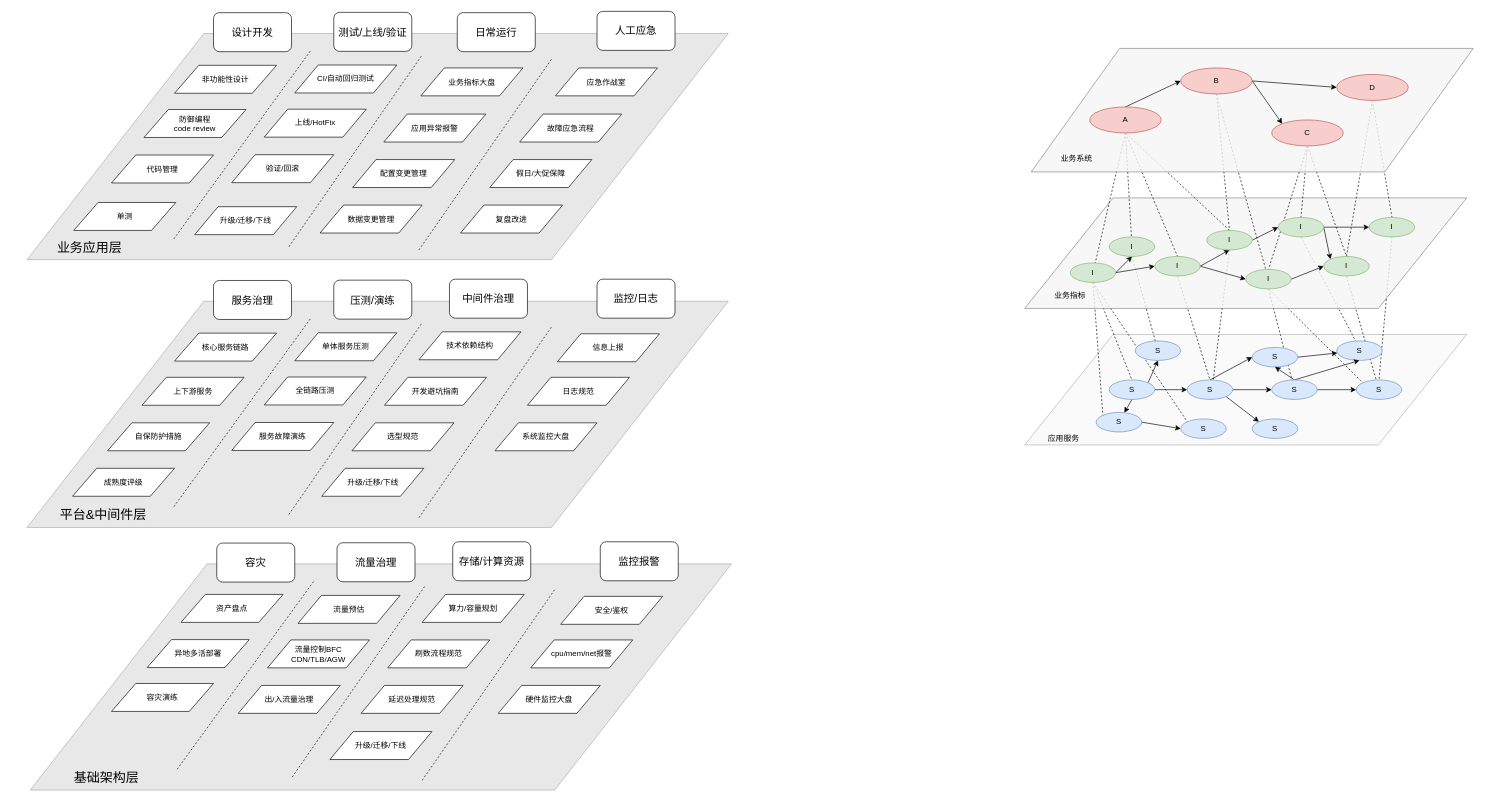
The draw.io diagram NCAS-layer1.drawio in zhongweng/zimbook, before the edit. Source tidied: cells renumbered, new cells numbered last; positions are measured from the earlier drawing's top-left corner, leaving out a move shared by most shapes. Both pictures are drawn from the tidied source at 65%, with x=0, y=0 at pixel (20, 11).
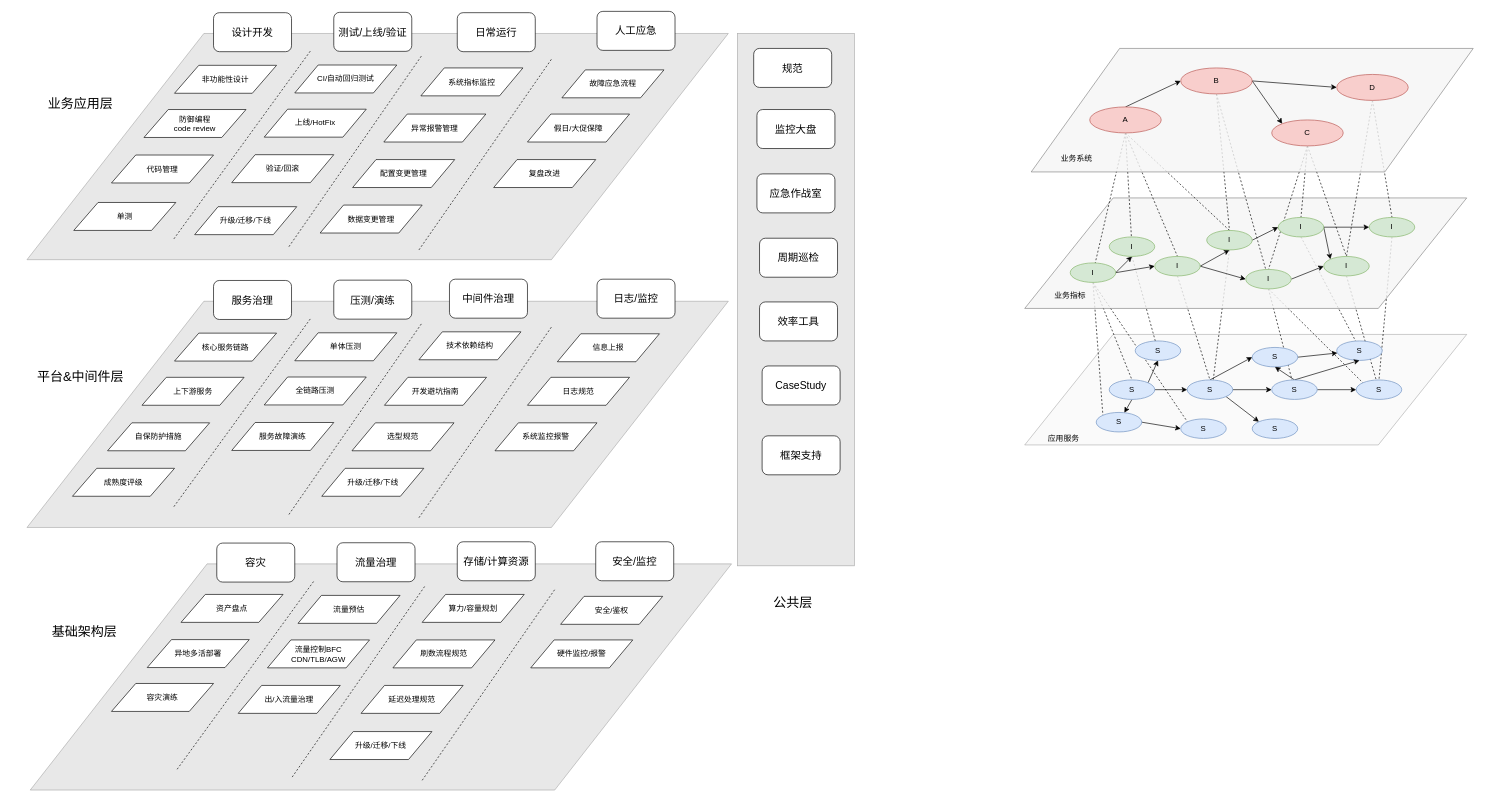
The same page after the edit.

What changed in the source:
```diff
@@
-    <mxCell id="83" value="应用异常报警" style="shape=parallelogram;perimeter=parallelogramPerimeter;whiteSpace=wrap;html=1;size=0.22929936305732485;" parent="1" vertex="1">
+    <mxCell id="83" value="异常报警管理" style="shape=parallelogram;perimeter=parallelogramPerimeter;whiteSpace=wrap;html=1;size=0.22929936305732485;" parent="1" vertex="1">
       <mxGeometry x="559" y="158" width="157" height="43" as="geometry" />
     </mxCell>
@@
     <mxCell id="88" value="故障应急流程" style="shape=parallelogram;perimeter=parallelogramPerimeter;whiteSpace=wrap;html=1;size=0.22929936305732485;" parent="1" vertex="1">
-      <mxGeometry x="768" y="158" width="157" height="43" as="geometry" />
+      <mxGeometry x="833" y="90" width="157" height="43" as="geometry" />
     </mxCell>
@@
     <mxCell id="92" value="假日/大促保障" style="shape=parallelogram;perimeter=parallelogramPerimeter;whiteSpace=wrap;html=1;size=0.22929936305732485;" parent="1" vertex="1">
-      <mxGeometry x="722" y="228" width="157" height="43" as="geometry" />
+      <mxGeometry x="780" y="158" width="157" height="43" as="geometry" />
     </mxCell>
-    <mxCell id="93" value="应急作战室" style="shape=parallelogram;perimeter=parallelogramPerimeter;whiteSpace=wrap;html=1;size=0.22929936305732485;" parent="1" vertex="1">
-      <mxGeometry x="823" y="87" width="157" height="43" as="geometry" />
-    </mxCell>
@@
-    <mxCell id="99" value="单体服务压测" style="shape=parallelogram;perimeter=parallelogramPerimeter;whiteSpace=wrap;html=1;size=0.22929936305732485;" parent="1" vertex="1">
+    <mxCell id="99" value="单体压测" style="shape=parallelogram;perimeter=parallelogramPerimeter;whiteSpace=wrap;html=1;size=0.22929936305732485;" parent="1" vertex="1">
       <mxGeometry x="422" y="494.5" width="157" height="43" as="geometry" />
     </mxCell>
@@
-    <mxCell id="107" value="监控/日志" style="rounded=1;whiteSpace=wrap;html=1;fontSize=16;" parent="1" vertex="1">
+    <mxCell id="107" value="日志/监控" style="rounded=1;whiteSpace=wrap;html=1;fontSize=16;" parent="1" vertex="1">
       <mxGeometry x="887" y="412" width="120" height="60" as="geometry" />
     </mxCell>
@@
-    <mxCell id="113" value="系统监控大盘" style="shape=parallelogram;perimeter=parallelogramPerimeter;whiteSpace=wrap;html=1;size=0.22929936305732485;" parent="1" vertex="1">
+    <mxCell id="113" value="系统监控报警" style="shape=parallelogram;perimeter=parallelogramPerimeter;whiteSpace=wrap;html=1;size=0.22929936305732485;" parent="1" vertex="1">
       <mxGeometry x="730" y="633" width="157" height="43" as="geometry" />
     </mxCell>
     <mxCell id="114" value="复盘改进" style="shape=parallelogram;perimeter=parallelogramPerimeter;whiteSpace=wrap;html=1;size=0.22929936305732485;" parent="1" vertex="1">
-      <mxGeometry x="677" y="298" width="157" height="43" as="geometry" />
+      <mxGeometry x="728" y="228" width="157" height="43" as="geometry" />
     </mxCell>
     <mxCell id="115" value="业务应用层" style="text;html=1;strokeColor=none;fillColor=none;align=center;verticalAlign=middle;whiteSpace=wrap;rounded=0;fontSize=20;opacity=60;" parent="1" vertex="1">
-      <mxGeometry y="352" width="213" height="20" as="geometry" />
+      <mxGeometry x="-14" y="130.5" width="213" height="20" as="geometry" />
     </mxCell>
     <mxCell id="116" value="平台&amp;amp;中间件层" style="text;html=1;strokeColor=none;fillColor=none;align=center;verticalAlign=middle;whiteSpace=wrap;rounded=0;fontSize=20;opacity=60;" parent="1" vertex="1">
-      <mxGeometry x="21" y="764" width="213" height="20" as="geometry" />
+      <mxGeometry x="-14" y="551" width="213" height="20" as="geometry" />
     </mxCell>
@@
     <mxCell id="121" value="存储/计算资源" style="rounded=1;whiteSpace=wrap;html=1;fontSize=16;" parent="1" vertex="1">
-      <mxGeometry x="665" y="816" width="120" height="60" as="geometry" />
+      <mxGeometry x="672" y="816" width="120" height="60" as="geometry" />
     </mxCell>
@@
     <mxCell id="126" value="刷数流程规范" style="shape=parallelogram;perimeter=parallelogramPerimeter;whiteSpace=wrap;html=1;size=0.22929936305732485;" parent="1" vertex="1">
-      <mxGeometry x="565" y="967" width="157" height="43" as="geometry" />
+      <mxGeometry x="573" y="967" width="157" height="43" as="geometry" />
     </mxCell>
@@
-    <mxCell id="128" value="监控报警" style="rounded=1;whiteSpace=wrap;html=1;fontSize=16;" parent="1" vertex="1">
-      <mxGeometry x="892" y="816" width="120" height="60" as="geometry" />
+    <mxCell id="128" value="安全/监控" style="rounded=1;whiteSpace=wrap;html=1;fontSize=16;" parent="1" vertex="1">
+      <mxGeometry x="885" y="816" width="120" height="60" as="geometry" />
     </mxCell>
@@
-    <mxCell id="134" value="cpu/mem/net报警" style="shape=parallelogram;perimeter=parallelogramPerimeter;whiteSpace=wrap;html=1;size=0.22929936305732485;" parent="1" vertex="1">
+    <mxCell id="134" value="硬件监控/报警" style="shape=parallelogram;perimeter=parallelogramPerimeter;whiteSpace=wrap;html=1;size=0.22929936305732485;" parent="1" vertex="1">
       <mxGeometry x="785" y="967" width="157" height="43" as="geometry" />
     </mxCell>
-    <mxCell id="135" value="硬件监控大盘" style="shape=parallelogram;perimeter=parallelogramPerimeter;whiteSpace=wrap;html=1;size=0.22929936305732485;" parent="1" vertex="1">
-      <mxGeometry x="735" y="1037" width="157" height="43" as="geometry" />
-    </mxCell>
     <mxCell id="136" value="基础架构层" style="text;html=1;strokeColor=none;fillColor=none;align=center;verticalAlign=middle;whiteSpace=wrap;rounded=0;fontSize=20;opacity=60;" parent="1" vertex="1">
-      <mxGeometry x="26" y="1168" width="213" height="20" as="geometry" />
+      <mxGeometry x="-8" y="943" width="213" height="20" as="geometry" />
     </mxCell>
@@
-    <mxCell id="139" value="业务指标大盘" style="shape=parallelogram;perimeter=parallelogramPerimeter;whiteSpace=wrap;html=1;size=0.22929936305732485;" parent="1" vertex="1">
+    <mxCell id="139" value="系统指标监控" style="shape=parallelogram;perimeter=parallelogramPerimeter;whiteSpace=wrap;html=1;size=0.22929936305732485;" parent="1" vertex="1">
       <mxGeometry x="616" y="87" width="157" height="43" as="geometry" />
     </mxCell>
@@
+    <mxCell id="144" style="whiteSpace=wrap;html=1;fillColor=#D1D1D1;strokeColor=#666666;fontColor=#333333;opacity=50;" parent="1" vertex="1">
+      <mxGeometry x="1103" y="34" width="180" height="819" as="geometry" />
+    </mxCell>
+    <mxCell id="145" value="规范" style="rounded=1;whiteSpace=wrap;html=1;fontSize=16;" parent="1" vertex="1">
+      <mxGeometry x="1128" y="57" width="120" height="60" as="geometry" />
+    </mxCell>
+    <mxCell id="146" value="监控大盘" style="rounded=1;whiteSpace=wrap;html=1;fontSize=16;" parent="1" vertex="1">
+      <mxGeometry x="1133" y="151" width="120" height="60" as="geometry" />
+    </mxCell>
+    <mxCell id="93" value="应急作战室" style="rounded=1;whiteSpace=wrap;html=1;fontSize=16;" parent="1" vertex="1">
+      <mxGeometry x="1133" y="250" width="120" height="60" as="geometry" />
+    </mxCell>
+    <mxCell id="147" value="周期巡检" style="rounded=1;whiteSpace=wrap;html=1;fontSize=16;" parent="1" vertex="1">
+      <mxGeometry x="1137" y="349" width="120" height="60" as="geometry" />
+    </mxCell>
+    <mxCell id="148" value="效率工具" style="rounded=1;whiteSpace=wrap;html=1;fontSize=16;" parent="1" vertex="1">
+      <mxGeometry x="1137" y="447" width="120" height="60" as="geometry" />
+    </mxCell>
+    <mxCell id="149" value="CaseStudy" style="rounded=1;whiteSpace=wrap;html=1;fontSize=16;" parent="1" vertex="1">
+      <mxGeometry x="1141" y="545.5" width="120" height="60" as="geometry" />
+    </mxCell>
+    <mxCell id="150" value="框架支持" style="rounded=1;whiteSpace=wrap;html=1;fontSize=16;" parent="1" vertex="1">
+      <mxGeometry x="1141" y="653" width="120" height="60" as="geometry" />
+    </mxCell>
+    <mxCell id="151" value="公共层" style="text;html=1;strokeColor=none;fillColor=none;align=center;verticalAlign=middle;whiteSpace=wrap;rounded=0;fontSize=20;opacity=60;" parent="1" vertex="1">
+      <mxGeometry x="1081.5" y="898.5" width="213" height="20" as="geometry" />
+    </mxCell>
```
